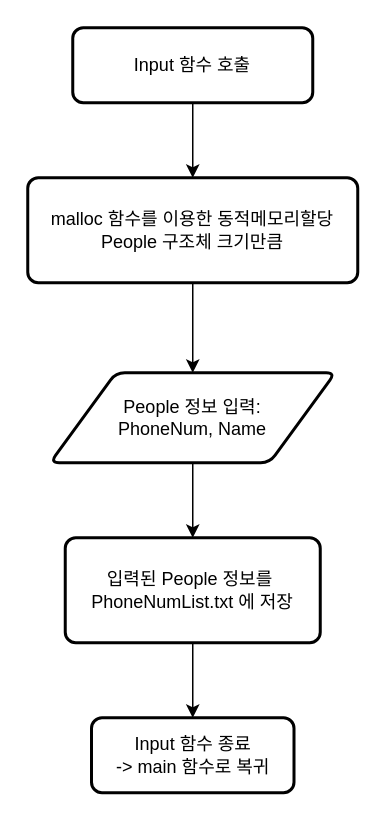
The draw.io diagram Input 기능 순서도.drawio in skatld123/NSH, before the edit. Source tidied: cells renumbered, new cells numbered last; positions are measured from the earlier drawing's top-left corner, leaving out a move shared by most shapes. Both pictures are drawn from the tidied source at 150%, with x=0, y=0 at pixel (27, 27).
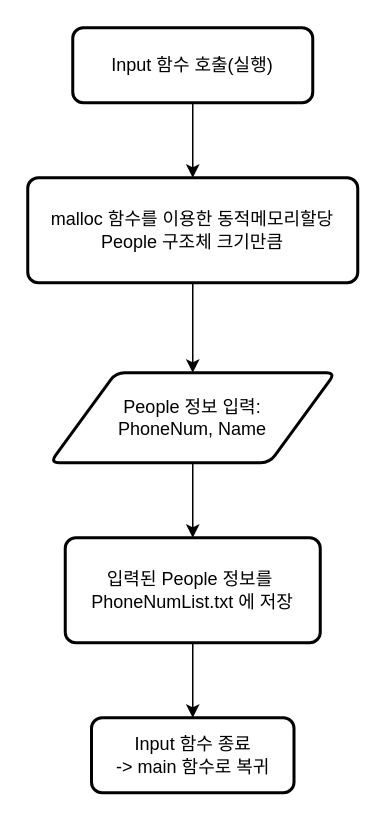
Above is the later version.

Commit message:
Input 기능 순서도.drawio 업데이트

What changed in the source:
```diff
@@
 <mxGraphModel>
   <root>
     <mxCell id="0" />
     <mxCell id="1" parent="0" />
     <mxCell id="2" style="edgeStyle=orthogonalEdgeStyle;rounded=0;jettySize=auto;html=1;exitX=0.5;exitY=1;exitDx=0;exitDy=0;entryX=0.5;entryY=0;entryDx=0;entryDy=0;" parent="1" edge="1" source="3" target="7">
       <mxGeometry relative="1" as="geometry" />
     </mxCell>
-    <mxCell id="3" value="Input 함수 호출" style="rounded=1;whiteSpace=wrap;html=1;absoluteArcSize=1;arcSize=14;strokeWidth=2;" parent="1" vertex="1">
+    <mxCell id="3" value="Input 함수 호출(실행)" style="rounded=1;whiteSpace=wrap;html=1;absoluteArcSize=1;arcSize=14;strokeWidth=2;" parent="1" vertex="1">
       <mxGeometry x="30" width="160" height="50" as="geometry" />
     </mxCell>
     <mxCell id="4" style="edgeStyle=orthogonalEdgeStyle;rounded=0;jettySize=auto;html=1;exitX=0.5;exitY=1;exitDx=0;exitDy=0;entryX=0.5;entryY=0;entryDx=0;entryDy=0;" parent="1" edge="1" source="5" target="9">
       <mxGeometry relative="1" as="geometry" />
     </mxCell>
     <mxCell id="5" value="People 정보 입력:&lt;br&gt;PhoneNum, Name" style="shape=parallelogram;html=1;strokeWidth=2;perimeter=parallelogramPerimeter;whiteSpace=wrap;rounded=1;arcSize=12;size=0.23;" parent="1" vertex="1">
       <mxGeometry x="15" y="230" width="190" height="60" as="geometry" />
     </mxCell>
     <mxCell id="6" style="edgeStyle=orthogonalEdgeStyle;rounded=0;jettySize=auto;html=1;exitX=0.5;exitY=1;exitDx=0;exitDy=0;entryX=0.5;entryY=0;entryDx=0;entryDy=0;" parent="1" edge="1" source="7" target="5">
       <mxGeometry relative="1" as="geometry" />
     </mxCell>
     <mxCell id="7" value="malloc 함수를 이용한 동적메모리할당&lt;br&gt;People 구조체 크기만큼" style="rounded=1;whiteSpace=wrap;html=1;absoluteArcSize=1;arcSize=14;strokeWidth=2;" parent="1" vertex="1">
       <mxGeometry y="100" width="220" height="70" as="geometry" />
     </mxCell>
     <mxCell id="8" style="edgeStyle=orthogonalEdgeStyle;rounded=0;jettySize=auto;html=1;exitX=0.5;exitY=1;exitDx=0;exitDy=0;" parent="1" edge="1" source="9" target="10">
       <mxGeometry relative="1" as="geometry" />
     </mxCell>
     <mxCell id="9" value="입력된 People 정보를&amp;nbsp;&lt;br&gt;PhoneNumList.txt 에 저장" style="rounded=1;whiteSpace=wrap;html=1;absoluteArcSize=1;arcSize=14;strokeWidth=2;" parent="1" vertex="1">
       <mxGeometry x="25" y="340" width="170" height="70" as="geometry" />
     </mxCell>
     <mxCell id="10" value="Input 함수 종료&lt;br&gt;-&amp;gt; main 함수로 복귀" style="rounded=1;whiteSpace=wrap;html=1;absoluteArcSize=1;arcSize=14;strokeWidth=2;" parent="1" vertex="1">
       <mxGeometry x="42.5" y="460" width="135" height="50" as="geometry" />
     </mxCell>
   </root>
 </mxGraphModel>
```
